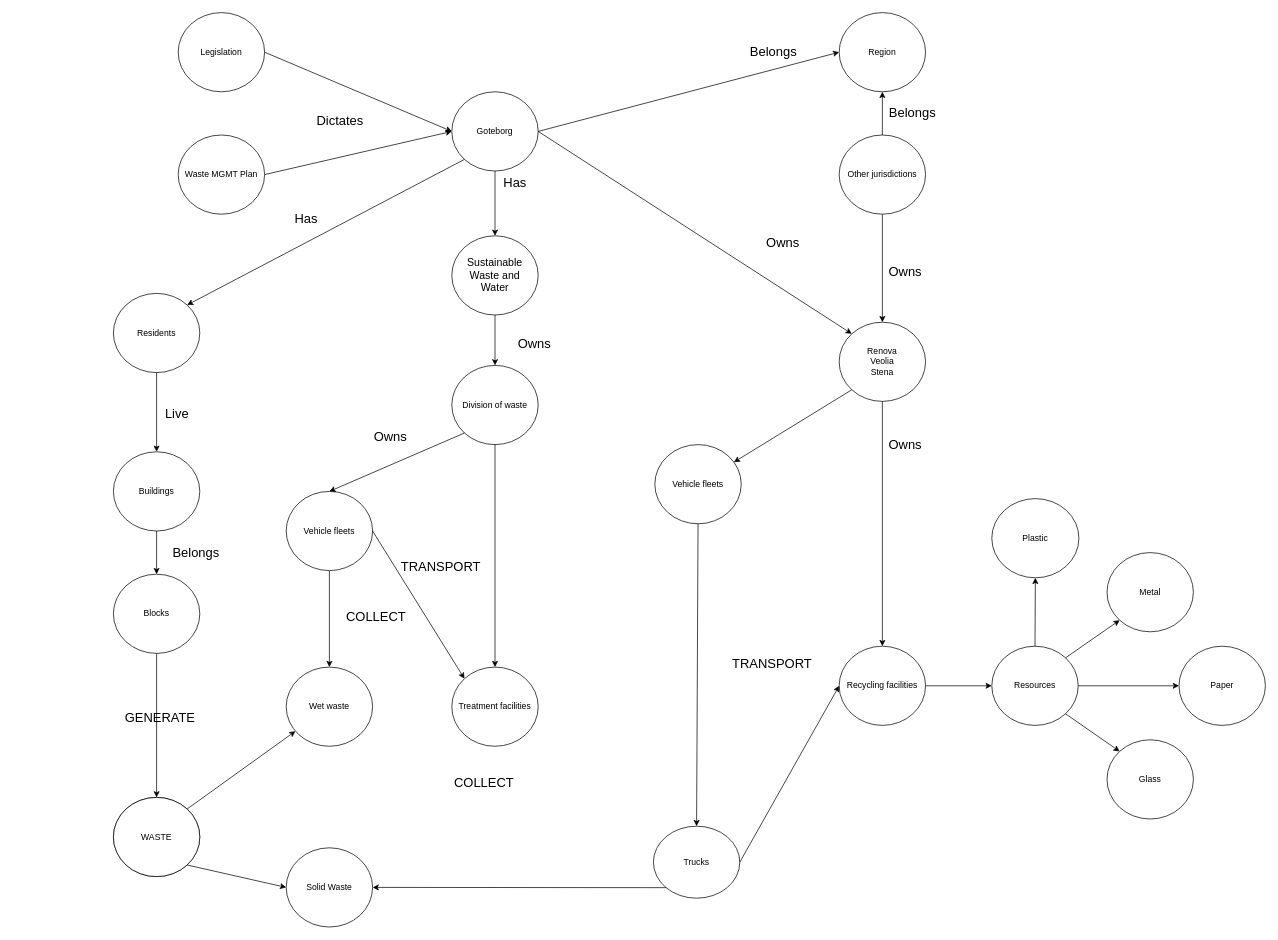
This is CaseStudies/01_SWM_Gote/Bubbles_GO.drawio from Urban-JonathanCohen/GeneralWasteDataModel, a draw.io file, before an edit. Source tidied: cells renumbered, new cells numbered last; positions are measured from the earlier drawing's top-left corner, leaving out a move shared by most shapes. Both pictures are drawn from the tidied source at 72%, with x=0, y=0 at pixel (113, 12).
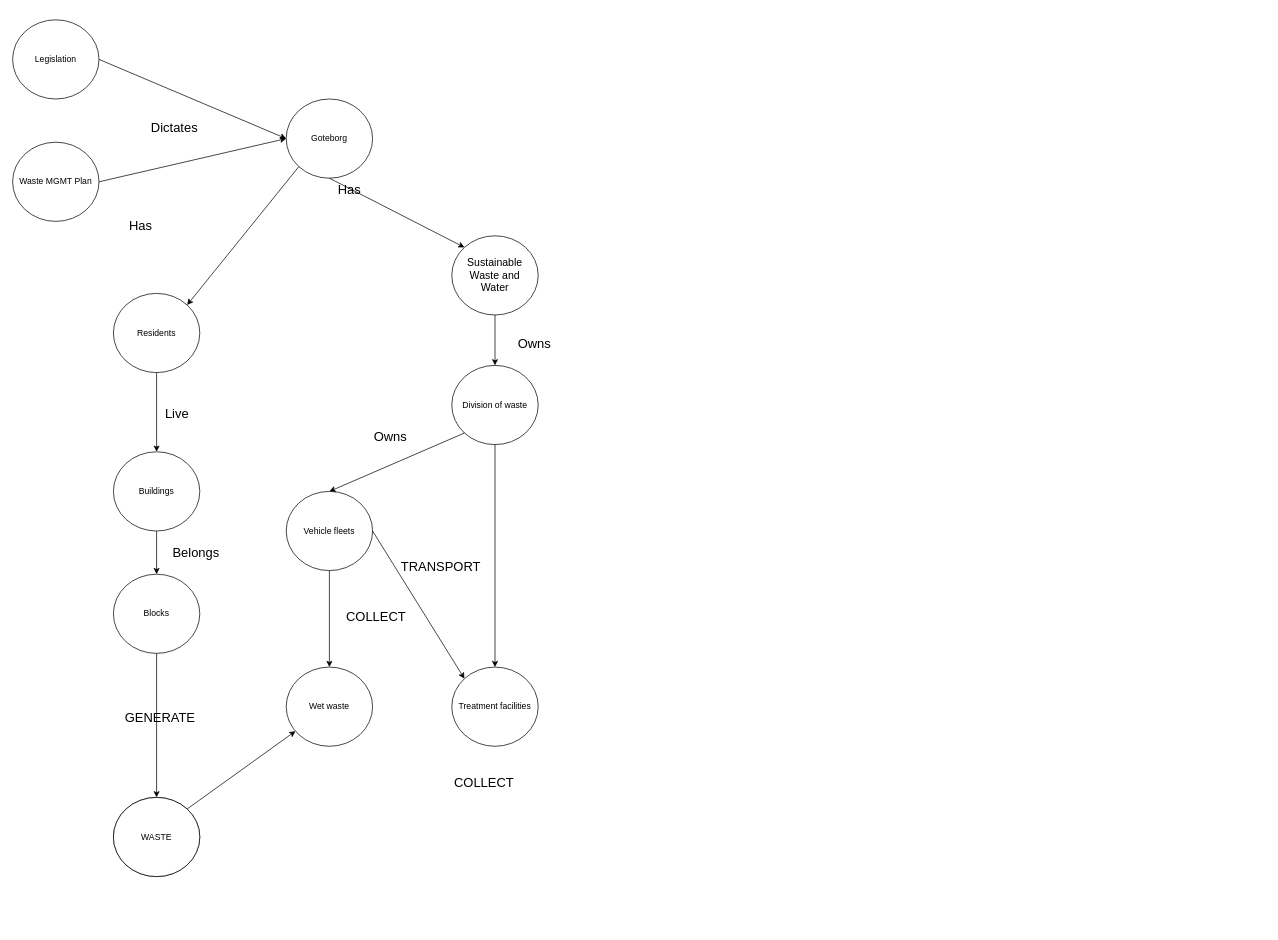
Above is the later version.

The change refers to these unchanged cells:
```xml
<mxCell id="3" value="&lt;div&gt;&lt;span style=&quot;font-size: 11.0pt ; font-family: &amp;#34;calibri&amp;#34; , sans-serif&quot;&gt;Sustainable &lt;br&gt;&lt;/span&gt;&lt;/div&gt;&lt;div&gt;&lt;span style=&quot;font-size: 11.0pt ; font-family: &amp;#34;calibri&amp;#34; , sans-serif&quot;&gt;Waste and&lt;/span&gt;&lt;/div&gt;&lt;div&gt;&lt;span style=&quot;font-size: 11.0pt ; font-family: &amp;#34;calibri&amp;#34; , sans-serif&quot;&gt;&lt;/span&gt;&lt;/div&gt;&lt;span style=&quot;font-size: 11.0pt ; font-family: &amp;#34;calibri&amp;#34; , sans-serif&quot;&gt;Water&lt;/span&gt;" style="ellipse;whiteSpace=wrap;html=1;" parent="1" vertex="1">
  <mxGeometry x="470" y="310" width="120" height="110" as="geometry" />
</mxCell>
<mxCell id="48" value="WASTE" style="ellipse;whiteSpace=wrap;html=1;" parent="1" vertex="1">
  <mxGeometry y="1090" width="120" height="110" as="geometry" />
</mxCell>
```

Diff of the diagram source:
```diff
@@
     <mxCell id="2" value="Goteborg" style="ellipse;whiteSpace=wrap;html=1;" parent="1" vertex="1">
-      <mxGeometry x="470" y="110" width="120" height="110" as="geometry" />
+      <mxGeometry x="240" y="120" width="120" height="110" as="geometry" />
     </mxCell>
@@
     <mxCell id="5" value="Legislation" style="ellipse;whiteSpace=wrap;html=1;" parent="1" vertex="1">
-      <mxGeometry x="90" width="120" height="110" as="geometry" />
+      <mxGeometry x="-140" y="10" width="120" height="110" as="geometry" />
     </mxCell>
@@
-    <mxCell id="7" value="Solid Waste" style="ellipse;whiteSpace=wrap;html=1;" parent="1" vertex="1">
-      <mxGeometry x="240" y="1160" width="120" height="110" as="geometry" />
-    </mxCell>
@@
-    <mxCell id="10" style="endArrow=classic;html=1;exitX=0.5;exitY=1;exitDx=0;exitDy=0;entryX=0.5;entryY=0;entryDx=0;entryDy=0;" parent="1" edge="1" source="2" target="3">
+    <mxCell id="10" style="endArrow=classic;html=1;exitX=0.5;exitY=1;exitDx=0;exitDy=0;entryX=0;entryY=0;entryDx=0;entryDy=0;" parent="1" edge="1" source="2" target="3">
       <mxGeometry relative="1" as="geometry" />
     </mxCell>
-    <mxCell id="11" value="Renova&lt;br&gt;Veolia&lt;br&gt;Stena" style="ellipse;whiteSpace=wrap;html=1;" parent="1" vertex="1">
-      <mxGeometry x="1008" y="430" width="120" height="110" as="geometry" />
-    </mxCell>
-    <mxCell id="12" value="Other jurisdictions" style="ellipse;whiteSpace=wrap;html=1;" parent="1" vertex="1">
-      <mxGeometry x="1008" y="170" width="120" height="110" as="geometry" />
-    </mxCell>
-    <mxCell id="13" style="endArrow=classic;html=1;exitX=0.5;exitY=1;exitDx=0;exitDy=0;entryX=0.5;entryY=0;entryDx=0;entryDy=0;" parent="1" edge="1" source="12" target="11">
-      <mxGeometry relative="1" as="geometry" />
-    </mxCell>
-    <mxCell id="14" style="endArrow=classic;html=1;exitX=1;exitY=0.5;exitDx=0;exitDy=0;entryX=0;entryY=0;entryDx=0;entryDy=0;" parent="1" edge="1" source="2" target="11">
-      <mxGeometry relative="1" as="geometry" />
-    </mxCell>
-    <mxCell id="15" value="Region" style="ellipse;whiteSpace=wrap;html=1;" parent="1" vertex="1">
-      <mxGeometry x="1008" width="120" height="110" as="geometry" />
-    </mxCell>
-    <mxCell id="16" style="endArrow=classic;html=1;exitX=0;exitY=1;exitDx=0;exitDy=0;" parent="1" edge="1" source="11" target="19">
-      <mxGeometry relative="1" as="geometry" />
-    </mxCell>
-    <mxCell id="17" style="endArrow=classic;html=1;entryX=0.5;entryY=1;entryDx=0;entryDy=0;exitX=0.5;exitY=0;exitDx=0;exitDy=0;" parent="1" edge="1" source="12" target="15">
-      <mxGeometry relative="1" as="geometry" />
-    </mxCell>
-    <mxCell id="18" style="endArrow=classic;html=1;exitX=0.5;exitY=1;exitDx=0;exitDy=0;entryX=0.5;entryY=0;entryDx=0;entryDy=0;" parent="1" edge="1" source="11" target="21">
-      <mxGeometry relative="1" as="geometry" />
-    </mxCell>
-    <mxCell id="19" value="Vehicle fleets" style="ellipse;whiteSpace=wrap;html=1;" parent="1" vertex="1">
-      <mxGeometry x="752" y="600" width="120" height="110" as="geometry" />
-    </mxCell>
-    <mxCell id="20" value="Trucks" style="ellipse;whiteSpace=wrap;html=1;" parent="1" vertex="1">
-      <mxGeometry x="750" y="1130" width="120" height="100" as="geometry" />
-    </mxCell>
-    <mxCell id="21" value="Recycling facilities" style="ellipse;whiteSpace=wrap;html=1;" parent="1" vertex="1">
-      <mxGeometry x="1008" y="880" width="120" height="110" as="geometry" />
-    </mxCell>
@@
-    <mxCell id="31" value="&lt;font style=&quot;font-size: 18px&quot;&gt;Owns&lt;/font&gt;" style="text;html=1;strokeColor=none;fillColor=none;align=center;verticalAlign=middle;whiteSpace=wrap;rounded=0;" parent="1" vertex="1">
-      <mxGeometry x="885" y="300" width="90" height="40" as="geometry" />
-    </mxCell>
-    <mxCell id="32" value="&lt;font style=&quot;font-size: 18px&quot;&gt;Owns&lt;/font&gt;" style="text;html=1;strokeColor=none;fillColor=none;align=center;verticalAlign=middle;whiteSpace=wrap;rounded=0;" parent="1" vertex="1">
-      <mxGeometry x="1055" y="340" width="90" height="40" as="geometry" />
-    </mxCell>
-    <mxCell id="33" value="&lt;font style=&quot;font-size: 18px&quot;&gt;Owns&lt;/font&gt;" style="text;html=1;strokeColor=none;fillColor=none;align=center;verticalAlign=middle;whiteSpace=wrap;rounded=0;" parent="1" vertex="1">
-      <mxGeometry x="1055" y="580" width="90" height="40" as="geometry" />
-    </mxCell>
-    <mxCell id="34" value="&lt;font style=&quot;font-size: 18px&quot;&gt;Belongs&lt;/font&gt;" style="text;html=1;strokeColor=none;fillColor=none;align=center;verticalAlign=middle;whiteSpace=wrap;rounded=0;" parent="1" vertex="1">
-      <mxGeometry x="1065" y="120" width="90" height="40" as="geometry" />
-    </mxCell>
-    <mxCell id="35" style="endArrow=classic;html=1;exitX=1;exitY=0.5;exitDx=0;exitDy=0;entryX=0;entryY=0.5;entryDx=0;entryDy=0;" parent="1" edge="1" source="2" target="15">
-      <mxGeometry relative="1" as="geometry" />
-    </mxCell>
     <mxCell id="36" value="&lt;font style=&quot;font-size: 18px&quot;&gt;Dictates&lt;/font&gt;" style="text;html=1;strokeColor=none;fillColor=none;align=center;verticalAlign=middle;whiteSpace=wrap;rounded=0;" parent="1" vertex="1">
-      <mxGeometry x="270" y="130" width="90" height="40" as="geometry" />
+      <mxGeometry x="40" y="140" width="90" height="40" as="geometry" />
     </mxCell>
     <mxCell id="37" value="&lt;font style=&quot;font-size: 18px&quot;&gt;Has&lt;/font&gt;" style="text;whiteSpace=wrap;html=1;" parent="1" vertex="1">
-      <mxGeometry x="540" y="220" width="90" height="30" as="geometry" />
+      <mxGeometry x="310" y="230" width="90" height="30" as="geometry" />
     </mxCell>
@@
-    <mxCell id="39" value="&lt;font style=&quot;font-size: 18px&quot;&gt;Belongs&lt;/font&gt;" style="text;html=1;strokeColor=none;fillColor=none;align=center;verticalAlign=middle;whiteSpace=wrap;rounded=0;" parent="1" vertex="1">
-      <mxGeometry x="872" y="35" width="90" height="40" as="geometry" />
-    </mxCell>
     <mxCell id="40" value="&lt;font style=&quot;font-size: 18px&quot;&gt;Has&lt;/font&gt;" style="text;whiteSpace=wrap;html=1;" parent="1" vertex="1">
-      <mxGeometry x="250" y="270" width="90" height="30" as="geometry" />
+      <mxGeometry x="20" y="280" width="90" height="30" as="geometry" />
     </mxCell>
@@
-    <mxCell id="44" style="endArrow=classic;html=1;exitX=0;exitY=1;exitDx=0;exitDy=0;entryX=1;entryY=0.5;entryDx=0;entryDy=0;" parent="1" edge="1" source="20" target="7">
-      <mxGeometry relative="1" as="geometry" />
-    </mxCell>
@@
-    <mxCell id="49" style="endArrow=classic;html=1;exitX=1;exitY=1;exitDx=0;exitDy=0;entryX=0;entryY=0.5;entryDx=0;entryDy=0;" parent="1" edge="1" source="48" target="7">
-      <mxGeometry relative="1" as="geometry" />
-    </mxCell>
@@
-    <mxCell id="51" value="Resources" style="ellipse;whiteSpace=wrap;html=1;" parent="1" vertex="1">
-      <mxGeometry x="1220" y="880" width="120" height="110" as="geometry" />
-    </mxCell>
-    <mxCell id="52" value="Metal" style="ellipse;whiteSpace=wrap;html=1;" parent="1" vertex="1">
-      <mxGeometry x="1380" y="750" width="120" height="110" as="geometry" />
-    </mxCell>
-    <mxCell id="53" value="Paper" style="ellipse;whiteSpace=wrap;html=1;" parent="1" vertex="1">
-      <mxGeometry x="1480" y="880" width="120" height="110" as="geometry" />
-    </mxCell>
-    <mxCell id="54" value="Plastic" style="ellipse;whiteSpace=wrap;html=1;" parent="1" vertex="1">
-      <mxGeometry x="1220" y="675" width="121" height="110" as="geometry" />
-    </mxCell>
-    <mxCell id="55" value="Glass" style="ellipse;whiteSpace=wrap;html=1;" parent="1" vertex="1">
-      <mxGeometry x="1380" y="1010" width="120" height="110" as="geometry" />
-    </mxCell>
-    <mxCell id="56" style="endArrow=classic;html=1;entryX=0;entryY=0;entryDx=0;entryDy=0;exitX=1;exitY=1;exitDx=0;exitDy=0;" parent="1" edge="1" source="51" target="55">
-      <mxGeometry relative="1" as="geometry" />
-    </mxCell>
-    <mxCell id="57" style="endArrow=classic;html=1;entryX=0;entryY=0.5;entryDx=0;entryDy=0;exitX=1;exitY=0.5;exitDx=0;exitDy=0;" parent="1" edge="1" source="51" target="53">
-      <mxGeometry relative="1" as="geometry" />
-    </mxCell>
-    <mxCell id="58" style="endArrow=classic;html=1;entryX=0;entryY=1;entryDx=0;entryDy=0;exitX=1;exitY=0;exitDx=0;exitDy=0;" parent="1" edge="1" source="51" target="52">
-      <mxGeometry relative="1" as="geometry" />
-    </mxCell>
-    <mxCell id="59" style="endArrow=classic;html=1;exitX=0.5;exitY=0;exitDx=0;exitDy=0;entryX=0.5;entryY=1;entryDx=0;entryDy=0;" parent="1" edge="1" source="51" target="54">
-      <mxGeometry relative="1" as="geometry" />
-    </mxCell>
     <mxCell id="60" value="Waste MGMT Plan" style="ellipse;whiteSpace=wrap;html=1;" parent="1" vertex="1">
-      <mxGeometry x="90" y="170" width="120" height="110" as="geometry" />
+      <mxGeometry x="-140" y="180" width="120" height="110" as="geometry" />
     </mxCell>
     <mxCell id="61" style="endArrow=classic;html=1;exitX=1;exitY=0.5;exitDx=0;exitDy=0;entryX=0;entryY=0.5;entryDx=0;entryDy=0;" parent="1" edge="1" source="5">
       <mxGeometry relative="1" as="geometry">
-        <mxPoint x="470" y="165" as="targetPoint" />
+        <mxPoint x="240" y="175" as="targetPoint" />
       </mxGeometry>
     </mxCell>
-    <mxCell id="62" style="endArrow=classic;html=1;exitX=0.5;exitY=1;exitDx=0;exitDy=0;entryX=0.5;entryY=0;entryDx=0;entryDy=0;" parent="1" edge="1" source="19" target="20">
-      <mxGeometry relative="1" as="geometry" />
-    </mxCell>
@@
-    <mxCell id="65" style="endArrow=classic;html=1;exitX=1;exitY=0.5;exitDx=0;exitDy=0;entryX=0;entryY=0.5;entryDx=0;entryDy=0;" parent="1" edge="1" source="21" target="51">
-      <mxGeometry relative="1" as="geometry" />
-    </mxCell>
-    <mxCell id="66" style="endArrow=classic;html=1;exitX=1;exitY=0.5;exitDx=0;exitDy=0;entryX=0;entryY=0.5;entryDx=0;entryDy=0;" parent="1" edge="1" source="20" target="21">
-      <mxGeometry relative="1" as="geometry" />
-    </mxCell>
-    <mxCell id="67" value="&lt;font style=&quot;font-size: 18px&quot;&gt;TRANSPORT&lt;/font&gt;" style="text;html=1;strokeColor=none;fillColor=none;align=center;verticalAlign=middle;whiteSpace=wrap;rounded=0;" parent="1" vertex="1">
-      <mxGeometry x="870" y="885" width="90" height="40" as="geometry" />
-    </mxCell>
```
